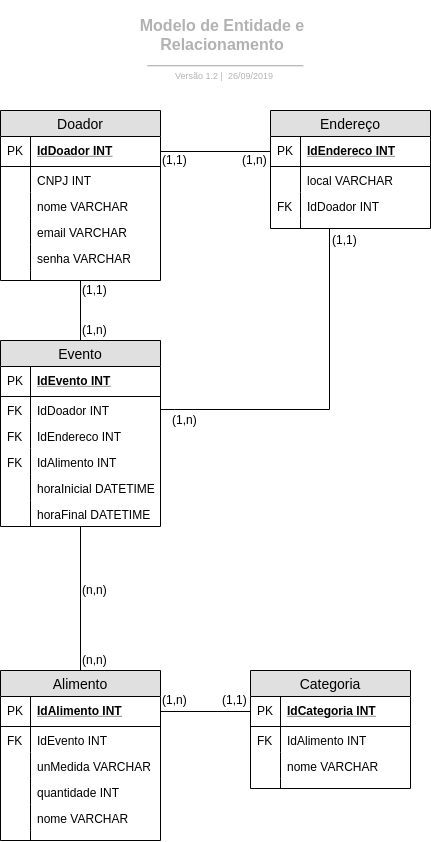
fga-eps-mds/2019.2-FoodCare keeps this draw.io diagram as docs/assets/images/doc-arquitetura/MER.png. Above is the earlier version. Source tidied: cells renumbered, new cells last; positions are measured from the earlier drawing's top-left corner, leaving out a move shared by most shapes.
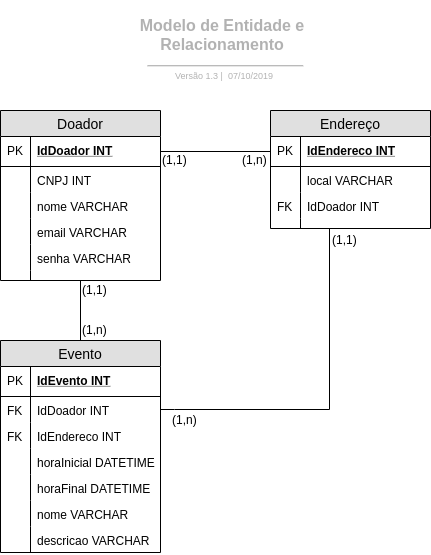
After the change.

Commit message:
Refatora imagens em doc-arquitetura

Change to the diagram source:
```diff
@@ -14,7 +14,7 @@
     <mxCell id="5" style="html=1;jettySize=18;fontSize=11;strokeColor=#b2b2b2;strokeOpacity=100;strokeWidth=1.2;rounded=1;arcSize=16;startArrow=none;endArrow=none;exitX=0.11699004487890208;exitY=0.9673824779331781;exitPerimeter=1;entryX=0.892957226153803;entryY=0.9673824779331781;entryPerimeter=1;" parent="3" edge="1" source="4" target="4">
       <mxGeometry relative="1" as="geometry" />
     </mxCell>
-    <mxCell id="6" value="Versão 1.2 |&amp;nbsp; 26/09/2019" style="html=1;whiteSpace=wrap;fontSize=9;fontColor=#b2b2b2;align=center;spacingLeft=5.628;spacingRight=9.38;spacingTop=2.68;spacing=4;strokeOpacity=0;fillOpacity=0;rounded=1;absoluteArcSize=1;arcSize=9.6;fillColor=#ffffff;strokeWidth=1.2;" parent="3" vertex="1">
+    <mxCell id="6" value="Versão 1.3 |&amp;nbsp; 07/10/2019" style="html=1;whiteSpace=wrap;fontSize=9;fontColor=#b2b2b2;align=center;spacingLeft=5.628;spacingRight=9.38;spacingTop=2.68;spacing=4;strokeOpacity=0;fillOpacity=0;rounded=1;absoluteArcSize=1;arcSize=9.6;fillColor=#ffffff;strokeWidth=1.2;" parent="3" vertex="1">
       <mxGeometry x="1.7" y="65.2" width="188.3" height="17.8" as="geometry" />
     </mxCell>
     <mxCell id="7" value="Doador" style="swimlane;fontStyle=0;horizontal=1;startSize=26;fillColor=#e0e0e0;swimlaneFillColor=#ffffff;align=center;fontSize=14;" parent="1" vertex="1">
@@ -90,7 +90,7 @@
       <mxGeometry relative="1" as="geometry" />
     </mxCell>
     <mxCell id="31" value="Evento" style="swimlane;fontStyle=0;horizontal=1;startSize=26;fillColor=#e0e0e0;swimlaneFillColor=#ffffff;align=center;fontSize=14;" parent="1" vertex="1">
-      <mxGeometry y="340" width="160" height="186" as="geometry" />
+      <mxGeometry y="340" width="160" height="212" as="geometry" />
     </mxCell>
     <mxCell id="32" value="IdEvento INT" style="shape=partialRectangle;top=0;left=0;right=0;bottom=1;align=left;verticalAlign=middle;fillColor=none;spacingLeft=34;spacingRight=4;overflow=hidden;points=[[0,0.5],[1,0.5]];portConstraint=eastwest;fontStyle=5;fontSize=12;" parent="31" vertex="1">
       <mxGeometry y="26" width="160" height="30" as="geometry" />
@@ -110,24 +110,30 @@
     <mxCell id="37" value="FK" style="shape=partialRectangle;top=0;left=0;bottom=0;fillColor=none;align=left;verticalAlign=top;spacingLeft=4;spacingRight=4;overflow=hidden;fontSize=12;" parent="36" vertex="1">
       <mxGeometry width="30" height="26" as="geometry" />
     </mxCell>
-    <mxCell id="38" value="IdAlimento INT" style="shape=partialRectangle;top=0;left=0;right=0;bottom=0;align=left;verticalAlign=top;fillColor=none;spacingLeft=34;spacingRight=4;overflow=hidden;fontSize=12;" parent="31" vertex="1">
-      <mxGeometry y="108" width="160" height="26" as="geometry" />
-    </mxCell>
-    <mxCell id="39" value="FK" style="shape=partialRectangle;top=0;left=0;bottom=0;fillColor=none;align=left;verticalAlign=top;spacingLeft=4;spacingRight=4;overflow=hidden;fontSize=12;" parent="38" vertex="1">
-      <mxGeometry width="30" height="26" as="geometry" />
-    </mxCell>
     <mxCell id="40" value="horaInicial DATETIME" style="shape=partialRectangle;top=0;left=0;right=0;bottom=0;align=left;verticalAlign=top;fillColor=none;spacingLeft=34;spacingRight=4;overflow=hidden;fontSize=12;" parent="31" vertex="1">
-      <mxGeometry y="134" width="160" height="26" as="geometry" />
+      <mxGeometry y="108" width="160" height="26" as="geometry" />
     </mxCell>
     <mxCell id="41" style="shape=partialRectangle;top=0;left=0;bottom=0;fillColor=none;align=left;verticalAlign=top;spacingLeft=4;spacingRight=4;overflow=hidden;fontSize=12;" parent="40" vertex="1">
       <mxGeometry width="30" height="26" as="geometry" />
     </mxCell>
+    <mxCell id="79" value="horaFinal DATETIME" style="shape=partialRectangle;top=0;left=0;right=0;bottom=0;align=left;verticalAlign=top;fillColor=none;spacingLeft=34;spacingRight=4;overflow=hidden;fontSize=12;" parent="31" vertex="1">
+      <mxGeometry y="134" width="160" height="26" as="geometry" />
+    </mxCell>
+    <mxCell id="80" style="shape=partialRectangle;top=0;left=0;bottom=0;fillColor=none;align=left;verticalAlign=top;spacingLeft=4;spacingRight=4;overflow=hidden;fontSize=12;" parent="79" vertex="1">
+      <mxGeometry width="30" height="26" as="geometry" />
+    </mxCell>
-    <mxCell id="42" value="horaFinal DATETIME" style="shape=partialRectangle;top=0;left=0;right=0;bottom=0;align=left;verticalAlign=top;fillColor=none;spacingLeft=34;spacingRight=4;overflow=hidden;fontSize=12;" parent="31" vertex="1">
+    <mxCell id="42" value="nome VARCHAR" style="shape=partialRectangle;top=0;left=0;right=0;bottom=0;align=left;verticalAlign=top;fillColor=none;spacingLeft=34;spacingRight=4;overflow=hidden;fontSize=12;" parent="31" vertex="1">
       <mxGeometry y="160" width="160" height="26" as="geometry" />
     </mxCell>
     <mxCell id="43" style="shape=partialRectangle;top=0;left=0;bottom=0;fillColor=none;align=left;verticalAlign=top;spacingLeft=4;spacingRight=4;overflow=hidden;fontSize=12;" parent="42" vertex="1">
       <mxGeometry width="30" height="26" as="geometry" />
     </mxCell>
+    <mxCell id="81" value="descricao VARCHAR" style="shape=partialRectangle;top=0;left=0;right=0;bottom=0;align=left;verticalAlign=top;fillColor=none;spacingLeft=34;spacingRight=4;overflow=hidden;fontSize=12;" parent="31" vertex="1">
+      <mxGeometry y="186" width="160" height="26" as="geometry" />
+    </mxCell>
+    <mxCell id="82" style="shape=partialRectangle;top=0;left=0;bottom=0;fillColor=none;align=left;verticalAlign=top;spacingLeft=4;spacingRight=4;overflow=hidden;fontSize=12;" parent="81" vertex="1">
+      <mxGeometry width="30" height="26" as="geometry" />
+    </mxCell>
     <mxCell id="44" style="edgeStyle=orthogonalEdgeStyle;rounded=0;jettySize=auto;html=1;entryX=0.556;entryY=1;entryDx=0;entryDy=0;entryPerimeter=0;endArrow=none;endFill=0;exitX=1;exitY=0.5;exitDx=0;exitDy=0;" parent="1" edge="1" source="32" target="28">
       <mxGeometry relative="1" as="geometry">
         <Array as="points">
@@ -137,78 +143,6 @@
         </Array>
       </mxGeometry>
     </mxCell>
-    <mxCell id="45" style="edgeStyle=orthogonalEdgeStyle;rounded=0;jettySize=auto;html=1;exitX=0.5;exitY=0;exitDx=0;exitDy=0;endArrow=none;endFill=0;" parent="1" edge="1" source="46" target="31">
-      <mxGeometry relative="1" as="geometry" />
-    </mxCell>
-    <mxCell id="46" value="Alimento" style="swimlane;fontStyle=0;horizontal=1;startSize=26;fillColor=#e0e0e0;swimlaneFillColor=#ffffff;align=center;fontSize=14;" parent="1" vertex="1">
-      <mxGeometry y="670" width="160" height="170" as="geometry" />
-    </mxCell>
-    <mxCell id="47" value="IdAlimento INT" style="shape=partialRectangle;top=0;left=0;right=0;bottom=1;align=left;verticalAlign=middle;fillColor=none;spacingLeft=34;spacingRight=4;overflow=hidden;points=[[0,0.5],[1,0.5]];portConstraint=eastwest;fontStyle=5;fontSize=12;" parent="46" vertex="1">
-      <mxGeometry y="26" width="160" height="30" as="geometry" />
-    </mxCell>
-    <mxCell id="48" value="PK" style="shape=partialRectangle;top=0;left=0;bottom=0;fillColor=none;align=left;verticalAlign=middle;spacingLeft=4;spacingRight=4;overflow=hidden;fontSize=12;" parent="47" vertex="1">
-      <mxGeometry width="30" height="30" as="geometry" />
-    </mxCell>
-    <mxCell id="49" value="IdEvento INT" style="shape=partialRectangle;top=0;left=0;right=0;bottom=0;align=left;verticalAlign=top;fillColor=none;spacingLeft=34;spacingRight=4;overflow=hidden;fontSize=12;" parent="46" vertex="1">
-      <mxGeometry y="56" width="160" height="26" as="geometry" />
-    </mxCell>
-    <mxCell id="50" value="FK" style="shape=partialRectangle;top=0;left=0;bottom=0;fillColor=none;align=left;verticalAlign=top;spacingLeft=4;spacingRight=4;overflow=hidden;fontSize=12;" parent="49" vertex="1">
-      <mxGeometry width="30" height="26" as="geometry" />
-    </mxCell>
-    <mxCell id="51" value="unMedida VARCHAR" style="shape=partialRectangle;top=0;left=0;right=0;bottom=0;align=left;verticalAlign=top;fillColor=none;spacingLeft=34;spacingRight=4;overflow=hidden;fontSize=12;" parent="46" vertex="1">
-      <mxGeometry y="82" width="160" height="26" as="geometry" />
-    </mxCell>
-    <mxCell id="52" style="shape=partialRectangle;top=0;left=0;bottom=0;fillColor=none;align=left;verticalAlign=top;spacingLeft=4;spacingRight=4;overflow=hidden;fontSize=12;" parent="51" vertex="1">
-      <mxGeometry width="30" height="26" as="geometry" />
-    </mxCell>
-    <mxCell id="53" value="quantidade INT" style="shape=partialRectangle;top=0;left=0;right=0;bottom=0;align=left;verticalAlign=top;fillColor=none;spacingLeft=34;spacingRight=4;overflow=hidden;fontSize=12;" parent="46" vertex="1">
-      <mxGeometry y="108" width="160" height="26" as="geometry" />
-    </mxCell>
-    <mxCell id="54" style="shape=partialRectangle;top=0;left=0;bottom=0;fillColor=none;align=left;verticalAlign=top;spacingLeft=4;spacingRight=4;overflow=hidden;fontSize=12;" parent="53" vertex="1">
-      <mxGeometry width="30" height="26" as="geometry" />
-    </mxCell>
-    <mxCell id="55" value="nome VARCHAR" style="shape=partialRectangle;top=0;left=0;right=0;bottom=0;align=left;verticalAlign=top;fillColor=none;spacingLeft=34;spacingRight=4;overflow=hidden;fontSize=12;" parent="46" vertex="1">
-      <mxGeometry y="134" width="160" height="26" as="geometry" />
-    </mxCell>
-    <mxCell id="56" style="shape=partialRectangle;top=0;left=0;bottom=0;fillColor=none;align=left;verticalAlign=top;spacingLeft=4;spacingRight=4;overflow=hidden;fontSize=12;" parent="55" vertex="1">
-      <mxGeometry width="30" height="26" as="geometry" />
-    </mxCell>
-    <mxCell id="57" style="shape=partialRectangle;top=0;left=0;right=0;bottom=0;align=left;verticalAlign=top;fillColor=none;spacingLeft=34;spacingRight=4;overflow=hidden;fontSize=12;" parent="46" vertex="1">
-      <mxGeometry y="160" width="160" height="10" as="geometry" />
-    </mxCell>
-    <mxCell id="58" style="shape=partialRectangle;top=0;left=0;bottom=0;fillColor=none;align=left;verticalAlign=top;spacingLeft=4;spacingRight=4;overflow=hidden;fontSize=12;" parent="57" vertex="1">
-      <mxGeometry width="30" height="10" as="geometry" />
-    </mxCell>
-    <mxCell id="59" value="Categoria" style="swimlane;fontStyle=0;horizontal=1;startSize=26;fillColor=#e0e0e0;swimlaneFillColor=#ffffff;align=center;fontSize=14;" parent="1" vertex="1">
-      <mxGeometry x="250" y="670" width="160" height="118" as="geometry" />
-    </mxCell>
-    <mxCell id="60" value="IdCategoria INT" style="shape=partialRectangle;top=0;left=0;right=0;bottom=1;align=left;verticalAlign=middle;fillColor=none;spacingLeft=34;spacingRight=4;overflow=hidden;points=[[0,0.5],[1,0.5]];portConstraint=eastwest;fontStyle=5;fontSize=12;" parent="59" vertex="1">
-      <mxGeometry y="26" width="160" height="30" as="geometry" />
-    </mxCell>
-    <mxCell id="61" value="PK" style="shape=partialRectangle;top=0;left=0;bottom=0;fillColor=none;align=left;verticalAlign=middle;spacingLeft=4;spacingRight=4;overflow=hidden;fontSize=12;" parent="60" vertex="1">
-      <mxGeometry width="30" height="30" as="geometry" />
-    </mxCell>
-    <mxCell id="62" value="IdAlimento INT" style="shape=partialRectangle;top=0;left=0;right=0;bottom=0;align=left;verticalAlign=top;fillColor=none;spacingLeft=34;spacingRight=4;overflow=hidden;fontSize=12;" parent="59" vertex="1">
-      <mxGeometry y="56" width="160" height="26" as="geometry" />
-    </mxCell>
-    <mxCell id="63" value="FK" style="shape=partialRectangle;top=0;left=0;bottom=0;fillColor=none;align=left;verticalAlign=top;spacingLeft=4;spacingRight=4;overflow=hidden;fontSize=12;" parent="62" vertex="1">
-      <mxGeometry width="30" height="26" as="geometry" />
-    </mxCell>
-    <mxCell id="64" value="nome VARCHAR" style="shape=partialRectangle;top=0;left=0;right=0;bottom=0;align=left;verticalAlign=top;fillColor=none;spacingLeft=34;spacingRight=4;overflow=hidden;fontSize=12;" parent="59" vertex="1">
-      <mxGeometry y="82" width="160" height="26" as="geometry" />
-    </mxCell>
-    <mxCell id="65" style="shape=partialRectangle;top=0;left=0;bottom=0;fillColor=none;align=left;verticalAlign=top;spacingLeft=4;spacingRight=4;overflow=hidden;fontSize=12;" parent="64" vertex="1">
-      <mxGeometry width="30" height="26" as="geometry" />
-    </mxCell>
-    <mxCell id="66" style="shape=partialRectangle;top=0;left=0;right=0;bottom=0;align=left;verticalAlign=top;fillColor=none;spacingLeft=34;spacingRight=4;overflow=hidden;fontSize=12;" parent="59" vertex="1">
-      <mxGeometry y="108" width="160" height="10" as="geometry" />
-    </mxCell>
-    <mxCell id="67" style="shape=partialRectangle;top=0;left=0;bottom=0;fillColor=none;align=left;verticalAlign=top;spacingLeft=4;spacingRight=4;overflow=hidden;fontSize=12;" parent="66" vertex="1">
-      <mxGeometry width="30" height="10" as="geometry" />
-    </mxCell>
-    <mxCell id="68" style="edgeStyle=orthogonalEdgeStyle;rounded=0;jettySize=auto;html=1;exitX=1;exitY=0.5;exitDx=0;exitDy=0;entryX=0;entryY=0.5;entryDx=0;entryDy=0;endArrow=none;endFill=0;" parent="1" edge="1" source="47" target="60">
-      <mxGeometry relative="1" as="geometry" />
-    </mxCell>
     <mxCell id="69" value="(1,1)" style="text;html=1;align=left;verticalAlign=top;spacingTop=-4;" parent="1" vertex="1">
       <mxGeometry x="160" y="150" width="40" height="20" as="geometry" />
     </mxCell>
@@ -227,17 +161,5 @@
     <mxCell id="74" value="(1,n)" style="text;html=1;align=left;verticalAlign=top;spacingTop=-4;" parent="1" vertex="1">
       <mxGeometry x="170" y="410" width="40" height="20" as="geometry" />
     </mxCell>
-    <mxCell id="75" value="(n,n)" style="text;html=1;align=left;verticalAlign=top;spacingTop=-4;" parent="1" vertex="1">
-      <mxGeometry x="80" y="650" width="40" height="20" as="geometry" />
-    </mxCell>
-    <mxCell id="76" value="(n,n)" style="text;html=1;align=left;verticalAlign=top;spacingTop=-4;" parent="1" vertex="1">
-      <mxGeometry x="80" y="580" width="40" height="20" as="geometry" />
-    </mxCell>
-    <mxCell id="77" value="(1,1)" style="text;html=1;align=left;verticalAlign=top;spacingTop=-4;" parent="1" vertex="1">
-      <mxGeometry x="220" y="690" width="40" height="20" as="geometry" />
-    </mxCell>
-    <mxCell id="78" value="(1,n)" style="text;html=1;align=left;verticalAlign=top;spacingTop=-4;" parent="1" vertex="1">
-      <mxGeometry x="160" y="690" width="40" height="20" as="geometry" />
-    </mxCell>
   </root>
 </mxGraphModel>
```
